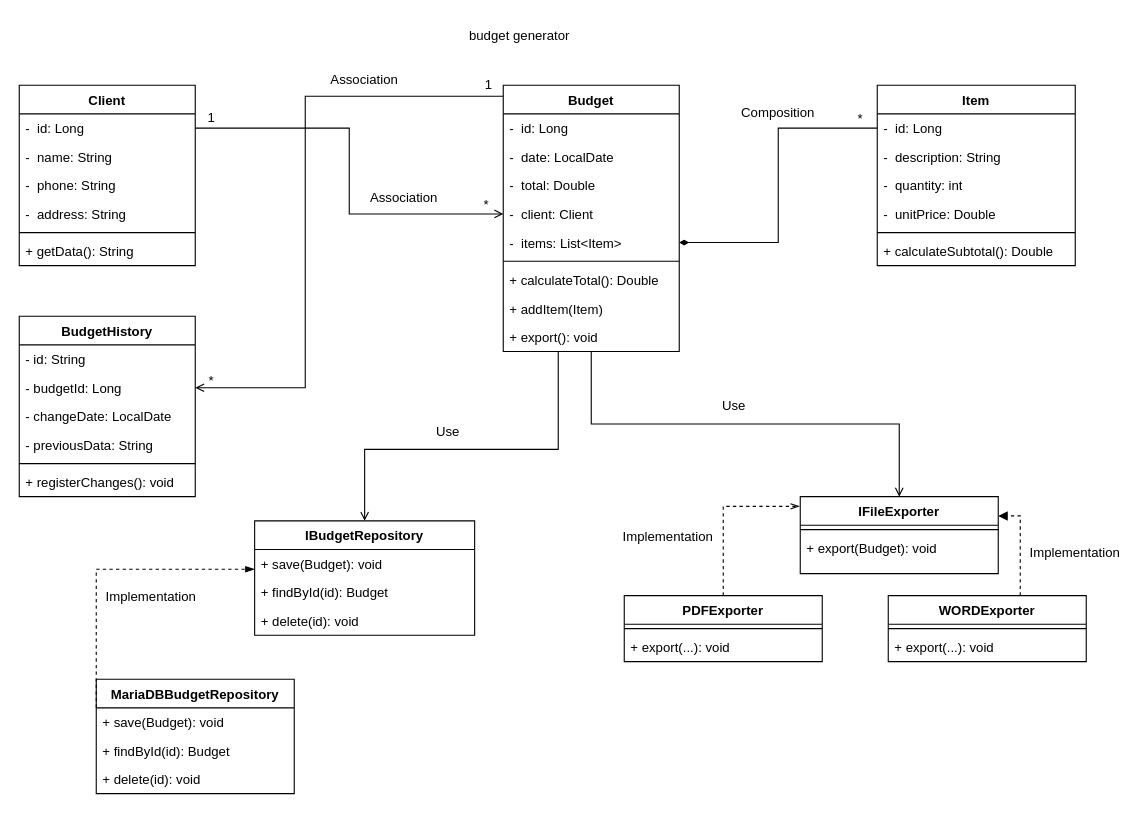
Before: budget generator UML.drawio in gallard00/budget-generator, a draw.io diagram. Source tidied: cells renumbered, new cells numbered last; positions are measured from the earlier drawing's top-left corner, leaving out a move shared by most shapes. Both pictures are drawn from the tidied source at 110%, with x=0, y=0 at pixel (19, 19).
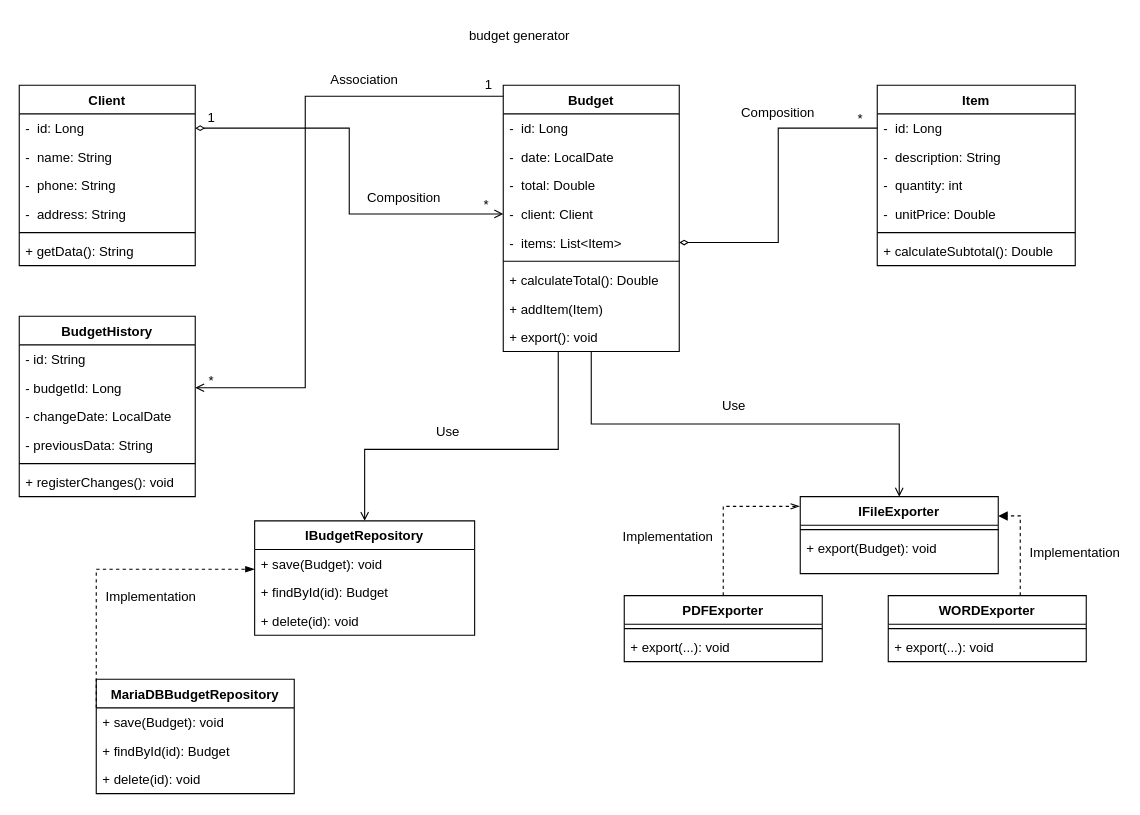
After the change.

The change refers to these unchanged cells:
```xml
<mxCell id="3" value="-&amp;nbsp; id: Long" style="text;strokeColor=none;fillColor=none;align=left;verticalAlign=top;spacingLeft=4;spacingRight=4;overflow=hidden;points=[[0,0.5],[1,0.5]];portConstraint=eastwest;whiteSpace=wrap;html=1;" parent="2" vertex="1">
  <mxGeometry y="26" width="160" height="26" as="geometry" />
</mxCell>
<mxCell id="13" value="-&amp;nbsp; client: Client" style="text;strokeColor=none;fillColor=none;align=left;verticalAlign=top;spacingLeft=4;spacingRight=4;overflow=hidden;points=[[0,0.5],[1,0.5]];portConstraint=eastwest;whiteSpace=wrap;html=1;" parent="9" vertex="1">
  <mxGeometry y="104" width="160" height="26" as="geometry" />
</mxCell>
<mxCell id="14" value="-&amp;nbsp; items: List&amp;lt;Item&amp;gt;" style="text;strokeColor=none;fillColor=none;align=left;verticalAlign=top;spacingLeft=4;spacingRight=4;overflow=hidden;points=[[0,0.5],[1,0.5]];portConstraint=eastwest;whiteSpace=wrap;html=1;" parent="9" vertex="1">
  <mxGeometry y="130" width="160" height="26" as="geometry" />
</mxCell>
<mxCell id="20" value="-&amp;nbsp; id: Long" style="text;strokeColor=none;fillColor=none;align=left;verticalAlign=top;spacingLeft=4;spacingRight=4;overflow=hidden;points=[[0,0.5],[1,0.5]];portConstraint=eastwest;whiteSpace=wrap;html=1;" parent="19" vertex="1">
  <mxGeometry y="26" width="180" height="26" as="geometry" />
</mxCell>
```

The edit, as a diff of the source:
```diff
@@
-    <mxCell id="54" style="edgeStyle=orthogonalEdgeStyle;rounded=0;jettySize=auto;html=1;exitX=1;exitY=0.5;exitDx=0;exitDy=0;entryX=0;entryY=0.5;entryDx=0;entryDy=0;startArrow=none;startFill=0;endArrow=open;endFill=0;" parent="1" edge="1" source="3" target="13">
+    <mxCell id="54" style="edgeStyle=orthogonalEdgeStyle;rounded=0;jettySize=auto;html=1;exitX=1;exitY=0.5;exitDx=0;exitDy=0;entryX=0;entryY=0.5;entryDx=0;entryDy=0;startArrow=diamondThin;startFill=0;endArrow=open;endFill=0;" parent="1" edge="1" source="3" target="13">
       <mxGeometry relative="1" as="geometry" />
     </mxCell>
-    <mxCell id="55" style="edgeStyle=orthogonalEdgeStyle;rounded=0;jettySize=auto;html=1;exitX=1;exitY=0.5;exitDx=0;exitDy=0;entryX=0;entryY=0.5;entryDx=0;entryDy=0;startArrow=diamondThin;startFill=1;endArrow=none;endFill=0;" parent="1" edge="1" source="14" target="20">
+    <mxCell id="55" style="edgeStyle=orthogonalEdgeStyle;rounded=0;jettySize=auto;html=1;exitX=1;exitY=0.5;exitDx=0;exitDy=0;entryX=0;entryY=0.5;entryDx=0;entryDy=0;startArrow=diamondThin;startFill=0;endArrow=none;endFill=0;" parent="1" edge="1" source="14" target="20">
       <mxGeometry relative="1" as="geometry" />
     </mxCell>
@@
-    <mxCell id="65" value="Association" style="text;html=1;align=center;verticalAlign=middle;whiteSpace=wrap;rounded=0;" parent="1" vertex="1">
+    <mxCell id="65" value="Composition" style="text;html=1;align=center;verticalAlign=middle;whiteSpace=wrap;rounded=0;" parent="1" vertex="1">
       <mxGeometry x="320" y="148" width="60" height="30" as="geometry" />
     </mxCell>
```
